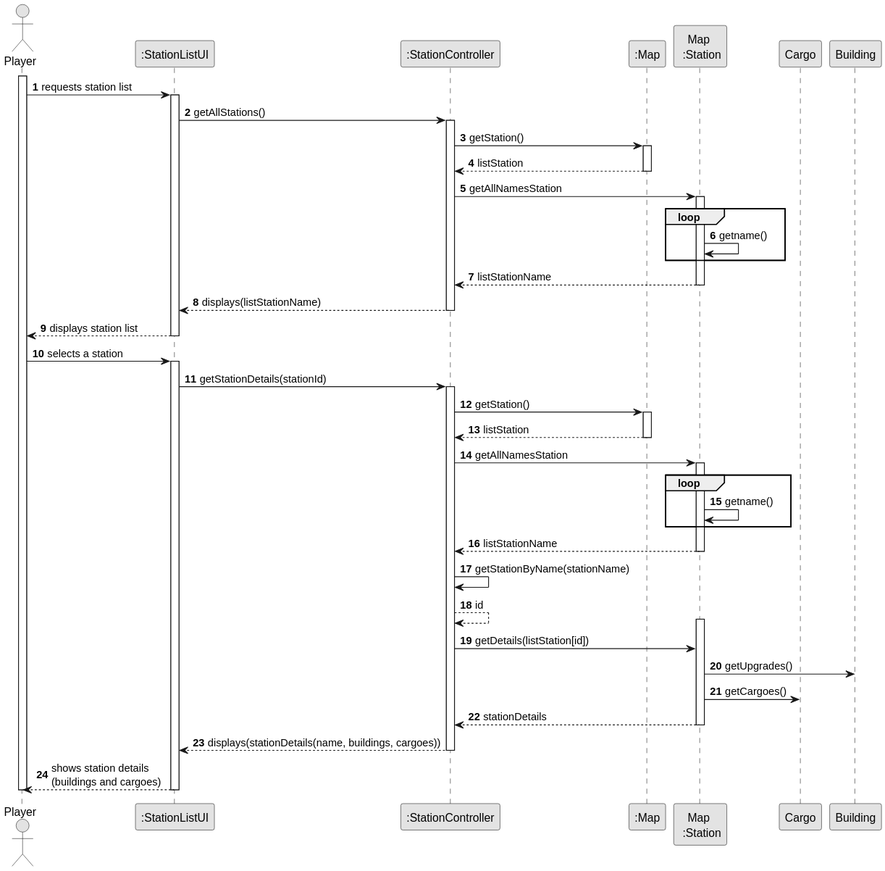
Before: docs/system-documentation/US007/03.design/svg/US007-SD-full.svg, a diagram exported from PlantUML (1240826/empire-on-tracks). Source of this version:
```plantuml
@startuml
skinparam monochrome true
skinparam packageStyle rectangle
skinparam shadowing false

autonumber

actor "Player" as PLAYER
participant ":StationListUI" as UI
participant ":StationController" as CTRL
participant ":Map" as REPOS
participant "Map \n :Station" as REPOS_SINGLETON
participant "Cargo" as CARGO
participant "Building" as BUILDING



activate PLAYER

        PLAYER -> UI : requests station list
        activate UI
            UI -> CTRL : getAllStations()
            activate CTRL
                CTRL -> REPOS : getStation()
                activate REPOS
                    REPOS --> CTRL: listStation
                deactivate REPOS

                CTRL->REPOS_SINGLETON :getAllNamesStation
                activate REPOS_SINGLETON
                loop
                REPOS_SINGLETON->REPOS_SINGLETON:getname()
                end
                REPOS_SINGLETON-->CTRL: listStationName

                deactivate REPOS_SINGLETON





                CTRL --> UI : displays(listStationName)
            deactivate CTRL

            UI --> PLAYER : displays station list
        deactivate UI

    PLAYER -> UI : selects a station
    activate UI
        UI -> CTRL : getStationDetails(stationId)
        activate CTRL

         CTRL -> REPOS : getStation()
                        activate REPOS
                            REPOS --> CTRL: listStation
                        deactivate REPOS

                        CTRL->REPOS_SINGLETON :getAllNamesStation
                        activate REPOS_SINGLETON
                        loop
                        REPOS_SINGLETON->REPOS_SINGLETON:getname()
                        end
                        REPOS_SINGLETON-->CTRL: listStationName

                        deactivate REPOS_SINGLETON



            CTRL -> CTRL: getStationByName(stationName)
            CTRL --> CTRL : id
            activate REPOS_SINGLETON
                CTRL -> REPOS_SINGLETON : getDetails(listStation[id])

                    REPOS_SINGLETON -> BUILDING : getUpgrades()
                    REPOS_SINGLETON -> CARGO : getCargoes()


                REPOS_SINGLETON --> CTRL : stationDetails
                deactivate REPOS_SINGLETON

            CTRL --> UI : displays(stationDetails(name, buildings, cargoes))
        deactivate CTRL

        UI --> PLAYER : shows station details\n(buildings and cargoes)
    deactivate UI

deactivate PLAYER
@enduml
```
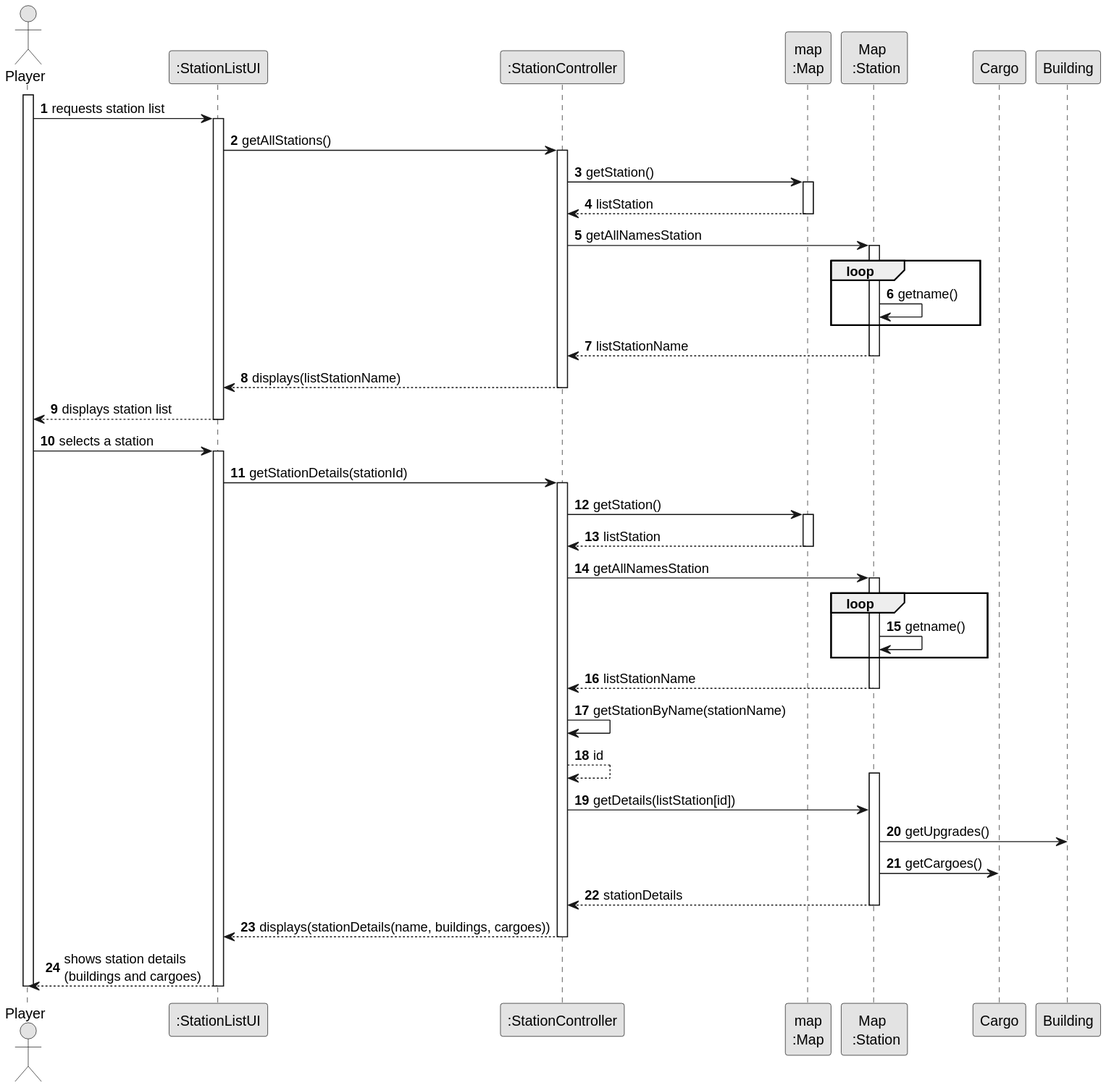
Later version of the same file.

Change to the diagram source:
```diff
@@ -8,7 +8,7 @@
 actor "Player" as PLAYER
 participant ":StationListUI" as UI
 participant ":StationController" as CTRL
-participant ":Map" as REPOS
+participant "map\n:Map" as REPOS
 participant "Map \n :Station" as REPOS_SINGLETON
 participant "Cargo" as CARGO
 participant "Building" as BUILDING
```
